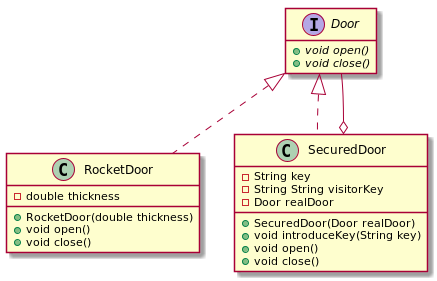
lealceldeiro/gems keeps this PlantUML diagram as DesignPatternsElementsOfReusableObjectOrientesSoftware/Chapter04/Proxy/image/code_class_design.png. Above is the earlier version.
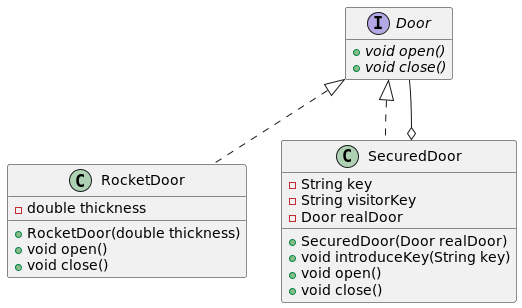
After the change.

Diff of the diagram source:
```diff
@@ -14,7 +14,7 @@
 
 class SecuredDoor implements Door {
     - String key
-    - String String visitorKey
+    - String visitorKey
     - Door realDoor
 
     + SecuredDoor(Door realDoor)
```
